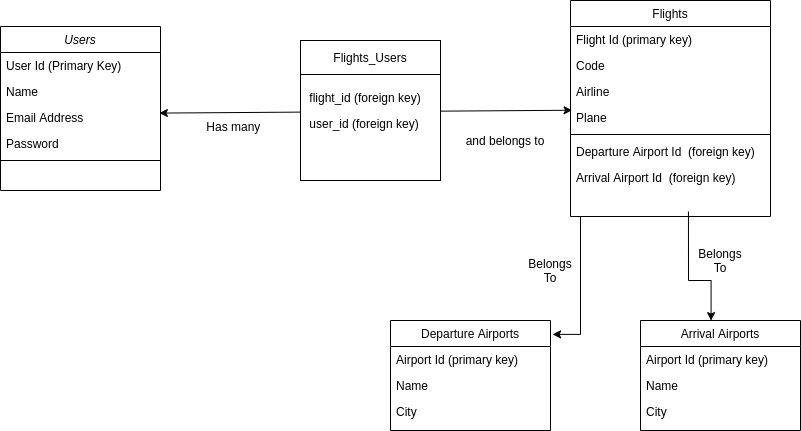
The draw.io diagram Flight Planner Database Diagram.png in PegliOne/Project-0-Flight-Planner, before a commit. Source tidied: cells renumbered, new cells last; positions are measured from the earlier drawing's top-left corner, leaving out a move shared by most shapes.
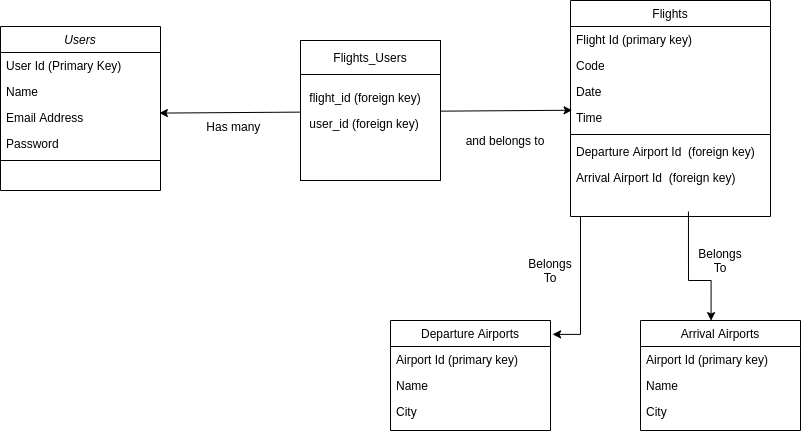
After the change.

The edit, as a diff of the source:
```diff
@@ -51,10 +51,10 @@
     <mxCell id="16" value="Code" style="text;align=left;verticalAlign=top;spacingLeft=4;spacingRight=4;overflow=hidden;" parent="14" vertex="1">
       <mxGeometry y="52" width="200" height="26" as="geometry" />
     </mxCell>
-    <mxCell id="17" value="Airline" style="text;align=left;verticalAlign=top;spacingLeft=4;spacingRight=4;overflow=hidden;rounded=0;shadow=0;html=0;" parent="14" vertex="1">
+    <mxCell id="17" value="Date" style="text;align=left;verticalAlign=top;spacingLeft=4;spacingRight=4;overflow=hidden;rounded=0;shadow=0;html=0;" parent="14" vertex="1">
       <mxGeometry y="78" width="200" height="26" as="geometry" />
     </mxCell>
-    <mxCell id="18" value="Plane" style="text;align=left;verticalAlign=top;spacingLeft=4;spacingRight=4;overflow=hidden;points=[[0,0.5],[1,0.5]];portConstraint=eastwest;rounded=0;shadow=0;html=0;" parent="14" vertex="1">
+    <mxCell id="18" value="Time" style="text;align=left;verticalAlign=top;spacingLeft=4;spacingRight=4;overflow=hidden;points=[[0,0.5],[1,0.5]];portConstraint=eastwest;rounded=0;shadow=0;html=0;" parent="14" vertex="1">
       <mxGeometry y="104" width="200" height="26" as="geometry" />
     </mxCell>
     <mxCell id="19" style="line;html=1;strokeWidth=1;align=left;verticalAlign=middle;spacingTop=-1;spacingLeft=3;spacingRight=3;labelPosition=right;" parent="14" vertex="1">
```
